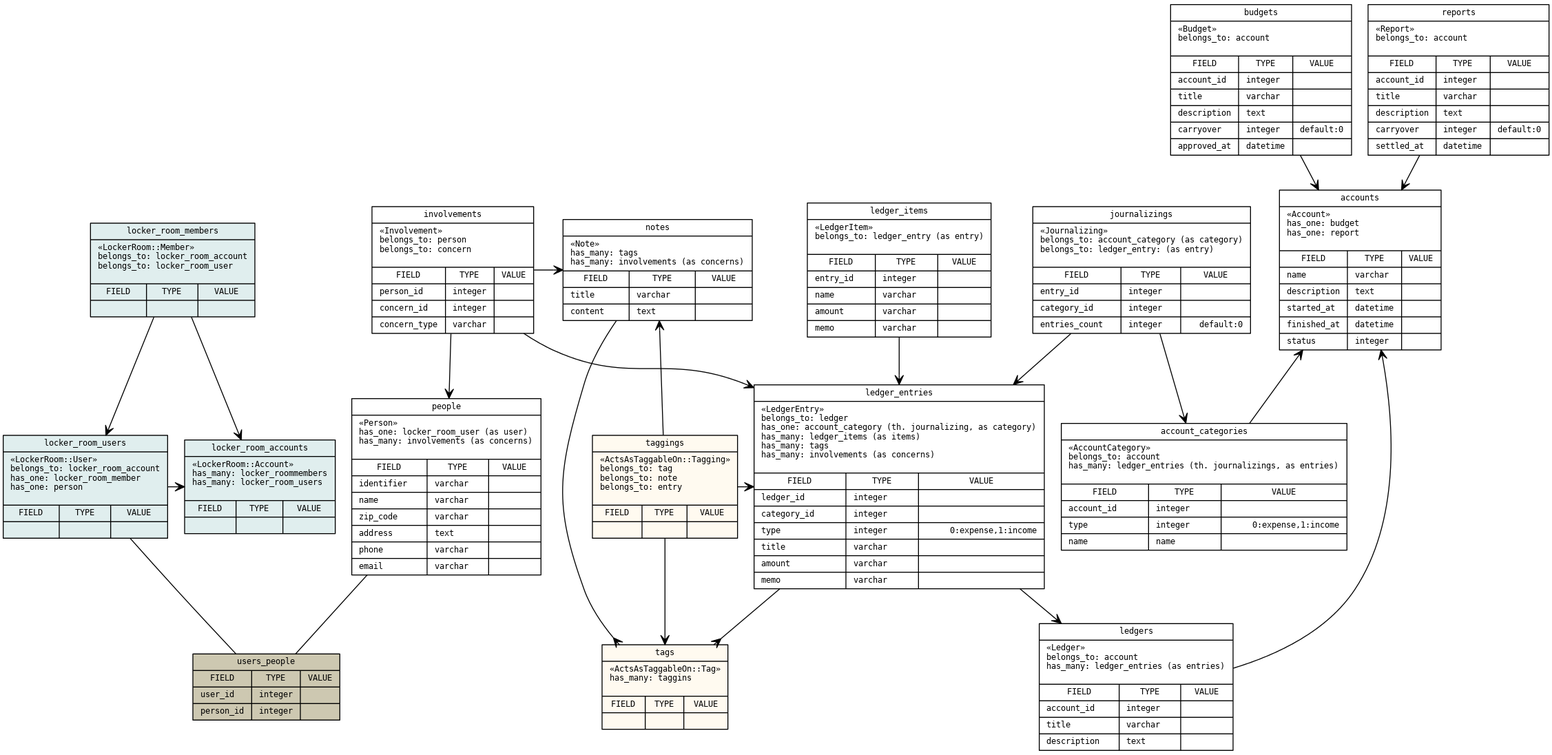
Before: doc/er.png, a diagram exported from Graphviz (grauwoelfchen/clerkdesk). Its source is kept beside it as doc/er.dot.
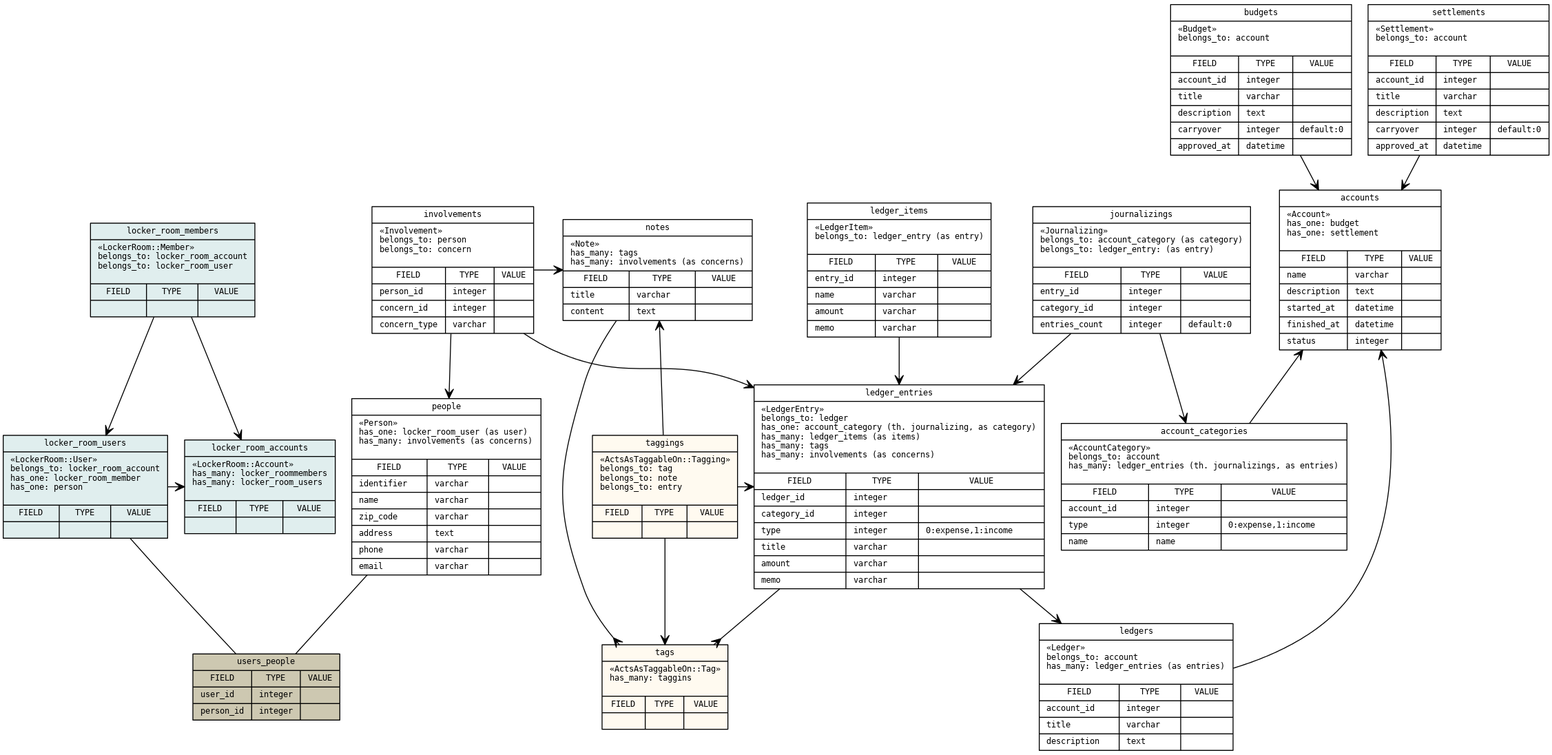
The same diagram one commit later.

What changed in the source:
```diff
@@ -22,7 +22,7 @@
     label = "{locker_room_accounts|«LockerRoom::Account»\lhas_many: locker_roommembers\lhas_many: locker_room_users\l\n|{ \
       {FIELD|\l}| \
       {TYPE|\l}| \
-      {VALUE|\r} \
+      {VALUE|\l} \
     }}"
     style     = "filled"
     fontcolor = "black"
@@ -33,7 +33,7 @@
     label = "{locker_room_users|«LockerRoom::User»\lbelongs_to: locker_room_account\lhas_one: locker_room_member\lhas_one: person\l\n|{ \
       {FIELD|\l}| \
       {TYPE|\l}| \
-      {VALUE|\r} \
+      {VALUE|\l} \
     }}"
     style     = "filled"
     fontcolor = "black"
@@ -44,7 +44,7 @@
     label = "{locker_room_members|«LockerRoom::Member»\lbelongs_to: locker_room_account\lbelongs_to: locker_room_user\l\n|{ \
       {FIELD|\l}| \
       {TYPE|\l}| \
-      {VALUE|\r} \
+      {VALUE|\l} \
     }}"
     style     = "filled"
     fontcolor = "black"
@@ -55,7 +55,7 @@
     label = "{tags|«ActsAsTaggableOn::Tag»\lhas_many: taggins\l\n|{ \
       {FIELD|\l}| \
       {TYPE|\l}| \
-      {VALUE|\r} \
+      {VALUE|\l} \
     }}"
     style     = "filled"
     fontcolor = "black"
@@ -66,7 +66,7 @@
     label = "{taggings|«ActsAsTaggableOn::Tagging»\lbelongs_to: tag\lbelongs_to: note\lbelongs_to: entry\l\n|{ \
       {FIELD|\l}| \
       {TYPE|\l}| \
-      {VALUE|\r} \
+      {VALUE|\l} \
     }}"
     style     = "filled"
     fontcolor = "black"
@@ -77,7 +77,7 @@
     label = "{notes|«Note»\lhas_many: tags\lhas_many: involvements (as concerns)\n|{ \
       {FIELD|title\l|content\l}| \
       {TYPE|varchar\l|text\l}| \
-      {VALUE|\r|\r} \
+      {VALUE|\l|\l} \
     }}"
   ]
 
@@ -85,7 +85,7 @@
     label = "{accounts|«Account»\lhas_one: budget\lhas_one: settlement\l\n|{ \
       {FIELD|name\l|description\l|started_at\l|finished_at\l|status\l}| \
       {TYPE|varchar\l|text\l|datetime\l|datetime\l|integer\l}| \
-      {VALUE|\r|\r|\r|\r|\r} \
+      {VALUE|\l|\l|\l|\l|\l} \
     }}"
   ]
 
@@ -94,7 +94,7 @@
     label = "{account_categories|«AccountCategory»\lbelongs_to: account\lhas_many: ledger_entries (th. journalizings, as entries)\l\n|{ \
       {FIELD|account_id\l|type\l|name\l}| \
       {TYPE|integer\l|integer\l|name\l}| \
-      {VALUE|\r|0:expense,1:income\r|\r} \
+      {VALUE|\l|0:expense,1:income\l|\l} \
     }}"
   ]
 
@@ -102,7 +102,7 @@
     label = "{budgets|«Budget»\lbelongs_to: account\l\n|{ \
       {FIELD|account_id\l|title\l|description\l|carryover\l|approved_at\l}| \
       {TYPE|integer\l|varchar\l|text\l|integer\l|datetime}| \
-      {VALUE|\r|\r|\r|default:0\r|\r} \
+      {VALUE|\l|\l|\l|default:0\l|\l} \
     }}"
   ]
 
@@ -110,7 +110,7 @@
     label = "{settlements|«Settlement»\lbelongs_to: account\l\n|{ \
       {FIELD|account_id\l|title\l|description\l|carryover\l|approved_at\l}| \
       {TYPE|integer\l|varchar\l|text\l|integer\l|datetime}| \
-      {VALUE|\r|\r|\r|default:0\r|\r} \
+      {VALUE|\l|\l|\l|default:0\l|\l} \
     }}"
   ]
 
@@ -118,7 +118,7 @@
     label = "{ledgers|«Ledger»\lbelongs_to: account\lhas_many: ledger_entries (as entries)\l\n|{ \
       {FIELD|account_id\l|title\l|description\l}| \
       {TYPE|integer\l|varchar\l|text\l}| \
-      {VALUE|\r|\r|\r} \
+      {VALUE|\l|\l|\l} \
     }}"
   ]
 
@@ -126,7 +126,7 @@
     label = "{journalizings|«Journalizing»\lbelongs_to: account_category (as category)\lbelongs_to: ledger_entry: (as entry)\l\n|{ \
       {FIELD|entry_id\l|category_id\l|entries_count\l}| \
       {TYPE|integer\l|integer\l|integer\l}| \
-      {VALUE|\r|\r|default:0\r} \
+      {VALUE|\l|\l|default:0\l} \
     }}"
   ]
 
@@ -134,7 +134,7 @@
     label = "{ledger_entries|«LedgerEntry»\lbelongs_to: ledger\lhas_one: account_category (th. journalizing, as category)\lhas_many: ledger_items (as items)\lhas_many: tags\lhas_many: involvements (as concerns)\l\n|{ \
       {FIELD|ledger_id\l|category_id\l|type\l|title\l|amount\l|memo\l}| \
       {TYPE|integer\l|integer\l|integer\l|varchar\l|varchar\l|varchar\l}| \
-      {VALUE|\r|\r|0:expense,1:income\r|\r|\r|\r} \
+      {VALUE|\l|\l|0:expense,1:income\l|\l|\l|\l} \
     }}"
   ]
 
@@ -142,7 +142,7 @@
     label = "{ledger_items|«LedgerItem»\lbelongs_to: ledger_entry (as entry)\l\n|{ \
       {FIELD|entry_id\l|name\l|amount\l|memo\l}| \
       {TYPE|integer\l|varchar\l|varchar\l|varchar\l}| \
-      {VALUE|\r|\r|\r|\r} \
+      {VALUE|\l|\l|\l|\l} \
     }}"
   ]
 
@@ -150,7 +150,7 @@
     label = "{involvements|«Involvement»\lbelongs_to: person\lbelongs_to: concern\l\n|{ \
       {FIELD|person_id\l|concern_id\l|concern_type\l}| \
       {TYPE|integer\l|integer\l|varchar\l}| \
-      {VALUE|\r|\r|\r} \
+      {VALUE|\l|\l|\l} \
     }}"
   ]
 
@@ -158,7 +158,7 @@
     label = "{people|«Person»\lhas_one: locker_room_user (as user)\lhas_many: involvements (as concerns)\l\n|{ \
       {FIELD|identifier\l|name\l|zip_code\l|address\l|phone\l|email\l}| \
       {TYPE|varchar\l|varchar\l|varchar\l|text\l|varchar\l|varchar\l}| \
-      {VALUE|\r|\r|\r|\r|\r|\r} \
+      {VALUE|\l|\l|\l|\l|\l|\l} \
     }}"
   ]
 
@@ -171,7 +171,7 @@
     label = "{users_people|{ \
       {FIELD|user_id\l|person_id\l}| \
       {TYPE|integer\l|integer\l}| \
-      {VALUE|\r|\r} \
+      {VALUE|\l|\l} \
     }}"
     style     = "filled"
     fontcolor = "black"
```
